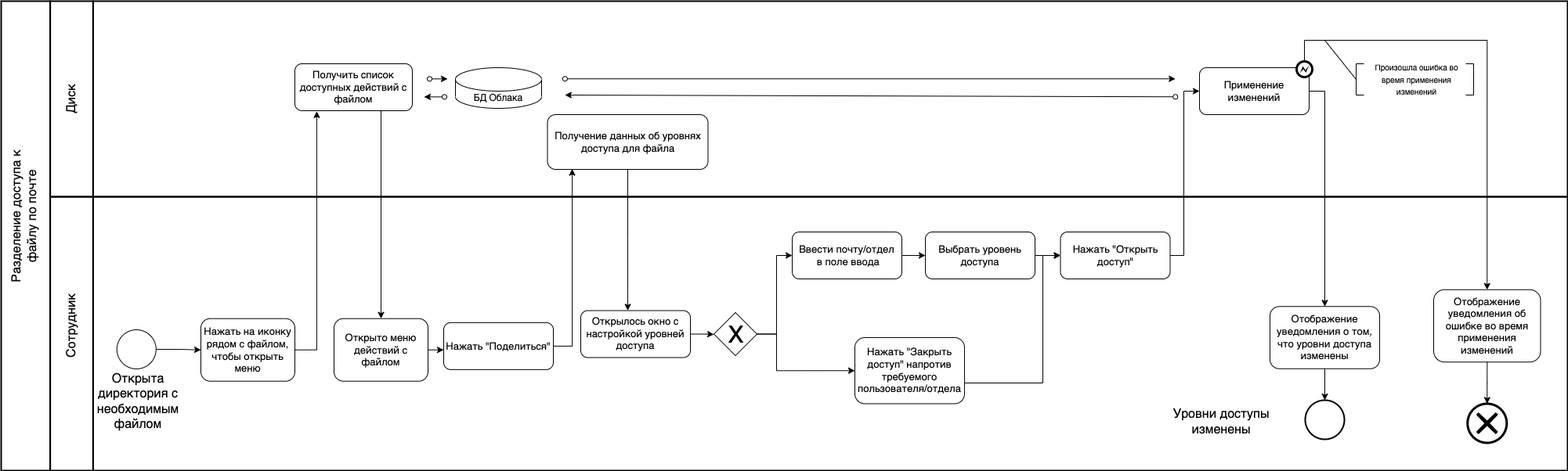
Before: docs/bpmn/UML + BPMN-7.12.1 BPMN.drawio.png, a diagram exported from draw.io (shuv8/cloudstorage). Source tidied: cells renumbered, new cells last; positions are measured from the earlier drawing's top-left corner, leaving out a move shared by most shapes.
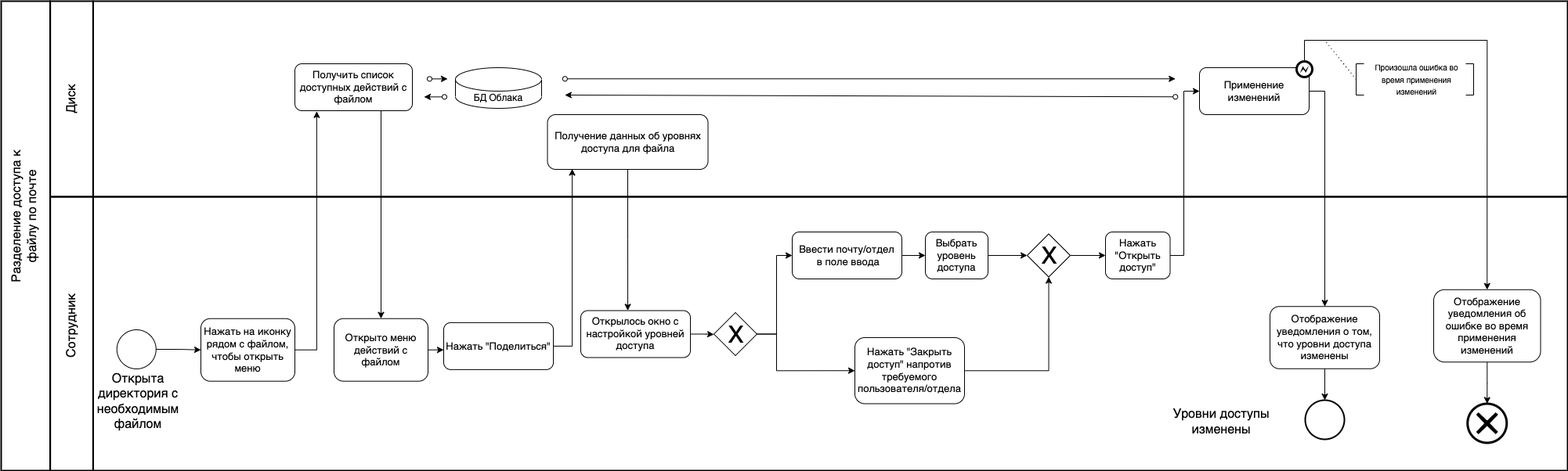
Later version of the same file.

Diff of the diagram source:
```diff
@@ -83,16 +83,11 @@
       </mxGeometry>
     </mxCell>
     <mxCell id="21" value="Нажать &quot;Открыть доступ&quot;" style="rounded=1;whiteSpace=wrap;html=1;fontSize=13;" parent="1" vertex="1">
-      <mxGeometry x="1422.5" y="295" width="140" height="60" as="geometry" />
+      <mxGeometry x="1480" y="295" width="82.5" height="60" as="geometry" />
     </mxCell>
-    <mxCell id="22" style="edgeStyle=orthogonalEdgeStyle;rounded=0;jettySize=auto;html=1;entryX=0;entryY=0.5;entryDx=0;entryDy=0;" parent="1" edge="1" source="23" target="21">
-      <mxGeometry relative="1" as="geometry">
-        <Array as="points">
-          <mxPoint x="1400" y="488" />
-          <mxPoint x="1400" y="325" />
-        </Array>
-      </mxGeometry>
-    </mxCell>
+    <mxCell id="58" style="edgeStyle=orthogonalEdgeStyle;rounded=0;jettySize=auto;html=1;entryX=0.5;entryY=1;entryDx=0;entryDy=0;" parent="1" edge="1" source="23" target="61">
+      <mxGeometry relative="1" as="geometry" />
+    </mxCell>
     <mxCell id="23" value="Нажать &quot;Закрыть доступ&quot; напротив требуемого пользователя/отдела" style="rounded=1;whiteSpace=wrap;html=1;fontSize=13;" parent="1" vertex="1">
       <mxGeometry x="1160" y="430" width="140" height="84.5" as="geometry" />
     </mxCell>
@@ -105,11 +100,11 @@
     <mxCell id="26" value="Отображение уведомления об ошибке во время применения изменений" style="rounded=1;whiteSpace=wrap;html=1;fontSize=13;" parent="1" vertex="1">
       <mxGeometry x="1899" y="368.8" width="136.5" height="92.5" as="geometry" />
     </mxCell>
-    <mxCell id="27" style="edgeStyle=orthogonalEdgeStyle;rounded=0;jettySize=auto;html=1;" parent="1" edge="1" source="28" target="21">
-      <mxGeometry relative="1" as="geometry" />
-    </mxCell>
+    <mxCell id="59" style="edgeStyle=orthogonalEdgeStyle;rounded=0;jettySize=auto;html=1;entryX=0;entryY=0.5;entryDx=0;entryDy=0;" parent="1" edge="1" source="28" target="61">
+      <mxGeometry relative="1" as="geometry" />
+    </mxCell>
     <mxCell id="28" value="Выбрать уровень доступа" style="rounded=1;whiteSpace=wrap;html=1;fontSize=13;" parent="1" vertex="1">
-      <mxGeometry x="1250" y="295" width="140" height="60" as="geometry" />
+      <mxGeometry x="1250" y="295" width="80" height="60" as="geometry" />
     </mxCell>
     <mxCell id="29" style="edgeStyle=orthogonalEdgeStyle;rounded=0;jettySize=auto;html=1;" parent="1" edge="1" source="30" target="8">
       <mxGeometry relative="1" as="geometry" />
@@ -193,7 +188,7 @@
     <mxCell id="50" style="shape=mxgraph.bpmn.shape;html=1;verticalLabelPosition=bottom;labelBackgroundColor=#ffffff;verticalAlign=top;align=center;perimeter=ellipsePerimeter;outlineConnect=0;outline=end;symbol=error;" parent="1" vertex="1">
       <mxGeometry x="1724" y="77" width="20" height="20" as="geometry" />
     </mxCell>
-    <mxCell id="51" style="endArrow=none;html=1;rounded=0;exitX=0.5;exitY=1;exitDx=0;exitDy=0;" parent="1" edge="1" source="46">
+    <mxCell id="51" style="endArrow=none;html=1;rounded=0;exitX=0.5;exitY=1;exitDx=0;exitDy=0;dashed=1;dashPattern=1 4;" parent="1" edge="1" source="46">
       <mxGeometry relative="1" as="geometry">
         <mxPoint x="1760" y="50" as="targetPoint" />
       </mxGeometry>
@@ -222,5 +217,14 @@
     <mxCell id="57" value="&lt;font style=&quot;font-size: 16px&quot;&gt;Уровни доступы изменены&lt;/font&gt;" style="text;html=1;strokeColor=none;fillColor=none;align=center;verticalAlign=middle;whiteSpace=wrap;rounded=0;fontSize=13;rotation=0;" parent="1" vertex="1">
       <mxGeometry x="1562.5" y="516.5" width="130" height="43.5" as="geometry" />
     </mxCell>
+    <mxCell id="60" style="edgeStyle=orthogonalEdgeStyle;rounded=0;jettySize=auto;html=1;entryX=0;entryY=0.5;entryDx=0;entryDy=0;" parent="1" edge="1" source="61" target="21">
+      <mxGeometry relative="1" as="geometry" />
+    </mxCell>
+    <mxCell id="61" style="rhombus;whiteSpace=wrap;html=1;" parent="1" vertex="1">
+      <mxGeometry x="1380" y="297.5" width="55" height="55" as="geometry" />
+    </mxCell>
+    <mxCell id="62" value="&lt;font style=&quot;font-size: 30px&quot;&gt;X&lt;/font&gt;" style="text;html=1;align=center;verticalAlign=middle;" parent="1" vertex="1">
+      <mxGeometry x="1387.5" y="310.4" width="40" height="30" as="geometry" />
+    </mxCell>
   </root>
 </mxGraphModel>
```
